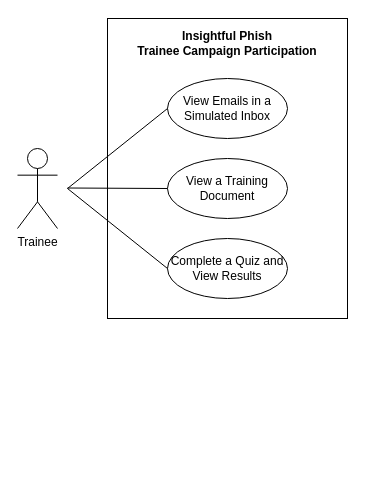
Above: docs/demo3/diagrams/srs/use-cases/trainee-campaign-participation.drawio in COS301-SE-2026/Cybersecurity-Awareness-Training-Platform (draw.io), before the change. Source tidied: cells renumbered, new cells numbered last; positions are measured from the earlier drawing's top-left corner, leaving out a move shared by most shapes. Both pictures are drawn from the tidied source at 100%, with x=0, y=0 at pixel (17, 18).
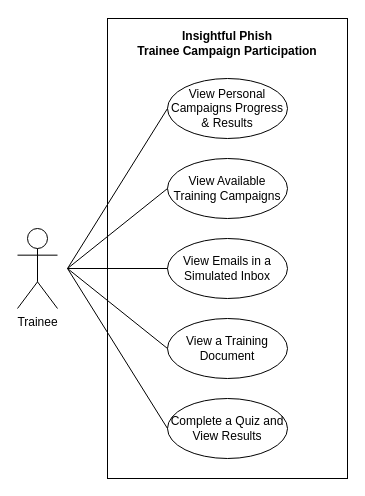
Above is the later version.

Commit message (it also covers changes not shown here):
docs: use case diagrams

What changed in the source:
```diff
@@
 <mxGraphModel>
   <root>
     <mxCell id="0" />
     <mxCell id="1" parent="0" />
     <mxCell id="2" style="rounded=0;whiteSpace=wrap;html=1;fillColor=none;" parent="1" vertex="1">
-      <mxGeometry x="90" width="240" height="300" as="geometry" />
+      <mxGeometry x="90" width="240" height="460" as="geometry" />
     </mxCell>
     <mxCell id="3" value="View Emails in a Simulated Inbox" style="ellipse;whiteSpace=wrap;html=1;" parent="1" vertex="1">
-      <mxGeometry x="150" y="60" width="120" height="60" as="geometry" />
+      <mxGeometry x="150" y="220" width="120" height="60" as="geometry" />
     </mxCell>
     <mxCell id="4" value="&lt;p class=&quot;p1&quot;&gt;Insightful Phish&lt;br&gt;Trainee Campaign Participation&lt;/p&gt;" style="text;html=1;whiteSpace=wrap;strokeColor=none;fillColor=none;align=center;verticalAlign=middle;rounded=0;fontStyle=1;" parent="1" vertex="1">
       <mxGeometry x="100" y="10" width="220" height="30" as="geometry" />
     </mxCell>
     <mxCell id="5" value="&lt;div&gt;Trainee&lt;/div&gt;" style="shape=umlActor;verticalLabelPosition=bottom;verticalAlign=top;html=1;" parent="1" vertex="1">
-      <mxGeometry y="130" width="40" height="80" as="geometry" />
+      <mxGeometry y="210" width="40" height="80" as="geometry" />
     </mxCell>
     <mxCell id="6" value="View a Training Document" style="ellipse;whiteSpace=wrap;html=1;" parent="1" vertex="1">
-      <mxGeometry x="150" y="140" width="120" height="60" as="geometry" />
+      <mxGeometry x="150" y="300" width="120" height="60" as="geometry" />
     </mxCell>
     <mxCell id="7" value="Complete a Quiz and View Results" style="ellipse;whiteSpace=wrap;html=1;" parent="1" vertex="1">
-      <mxGeometry x="150" y="220" width="120" height="60" as="geometry" />
+      <mxGeometry x="150" y="380" width="120" height="60" as="geometry" />
     </mxCell>
     <mxCell id="8" style="endArrow=none;html=1;rounded=0;entryX=0;entryY=0.5;entryDx=0;entryDy=0;" parent="1" edge="1" target="6">
       <mxGeometry relative="1" as="geometry">
-        <mxPoint x="50" y="169.5" as="sourcePoint" />
+        <mxPoint x="50" y="250" as="sourcePoint" />
       </mxGeometry>
     </mxCell>
     <mxCell id="9" style="endArrow=none;html=1;rounded=0;entryX=0;entryY=0.5;entryDx=0;entryDy=0;" parent="1" edge="1" target="7">
       <mxGeometry relative="1" as="geometry">
-        <mxPoint x="50" y="170" as="sourcePoint" />
+        <mxPoint x="50" y="250" as="sourcePoint" />
       </mxGeometry>
     </mxCell>
     <mxCell id="10" style="endArrow=none;html=1;rounded=0;entryX=0;entryY=0.5;entryDx=0;entryDy=0;" parent="1" edge="1" target="3">
       <mxGeometry relative="1" as="geometry">
-        <mxPoint x="50" y="170" as="sourcePoint" />
+        <mxPoint x="50" y="250" as="sourcePoint" />
       </mxGeometry>
     </mxCell>
+    <mxCell id="11" value="View Available Training Campaigns" style="ellipse;whiteSpace=wrap;html=1;" parent="1" vertex="1">
+      <mxGeometry x="150" y="140" width="120" height="60" as="geometry" />
+    </mxCell>
+    <mxCell id="12" value="View Personal Campaigns Progress &amp;amp; Results" style="ellipse;whiteSpace=wrap;html=1;" parent="1" vertex="1">
+      <mxGeometry x="150" y="60" width="120" height="60" as="geometry" />
+    </mxCell>
+    <mxCell id="13" style="endArrow=none;html=1;rounded=0;entryX=0;entryY=0.5;entryDx=0;entryDy=0;" parent="1" edge="1" target="11">
+      <mxGeometry relative="1" as="geometry">
+        <mxPoint x="50" y="250" as="sourcePoint" />
+      </mxGeometry>
+    </mxCell>
+    <mxCell id="14" style="endArrow=none;html=1;rounded=0;entryX=0;entryY=0.5;entryDx=0;entryDy=0;" parent="1" edge="1" target="12">
+      <mxGeometry relative="1" as="geometry">
+        <mxPoint x="50" y="250" as="sourcePoint" />
+      </mxGeometry>
+    </mxCell>
   </root>
 </mxGraphModel>
```
